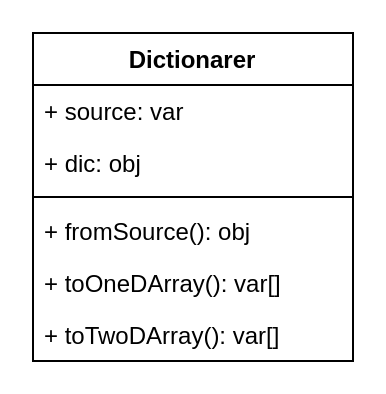
Above: page "Dictionarer" (5 of 10) of Master UML For VBA Class.drawio in Youjwxyz/VBA_Library (draw.io), before the change. Source tidied: cells renumbered, new cells numbered last; positions are measured from the earlier drawing's top-left corner, leaving out a move shared by most shapes. Both pictures are drawn from the tidied source at 200%, with x=0, y=0 at pixel (32, 32).
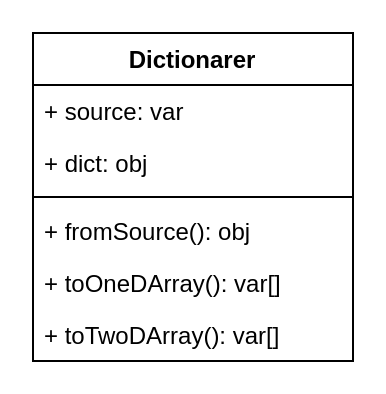
Above is the later version.

Diff of the diagram source:
```diff
@@
 <mxGraphModel>
   <root>
     <mxCell id="0" />
     <mxCell id="1" parent="0" />
     <mxCell id="2" value="Dictionarer" style="swimlane;fontStyle=1;align=center;verticalAlign=top;horizontal=1;startSize=26;" parent="1" vertex="1">
       <mxGeometry width="160" height="164" as="geometry" />
     </mxCell>
     <mxCell id="3" value="+ source: var" style="text;strokeColor=none;fillColor=none;align=left;verticalAlign=top;spacingLeft=4;spacingRight=4;overflow=hidden;" parent="2" vertex="1">
       <mxGeometry y="26" width="160" height="26" as="geometry" />
     </mxCell>
-    <mxCell id="4" value="+ dic: obj" style="text;strokeColor=none;fillColor=none;align=left;verticalAlign=top;spacingLeft=4;spacingRight=4;overflow=hidden;" parent="2" vertex="1">
+    <mxCell id="4" value="+ dict: obj" style="text;strokeColor=none;fillColor=none;align=left;verticalAlign=top;spacingLeft=4;spacingRight=4;overflow=hidden;" parent="2" vertex="1">
       <mxGeometry y="52" width="160" height="26" as="geometry" />
     </mxCell>
     <mxCell id="5" style="line;strokeWidth=1;fillColor=none;align=left;verticalAlign=middle;spacingTop=-1;spacingLeft=3;spacingRight=3;labelPosition=right;" parent="2" vertex="1">
       <mxGeometry y="78" width="160" height="8" as="geometry" />
     </mxCell>
     <mxCell id="6" value="+ fromSource(): obj" style="text;strokeColor=none;fillColor=none;align=left;verticalAlign=top;spacingLeft=4;spacingRight=4;overflow=hidden;" parent="2" vertex="1">
       <mxGeometry y="86" width="160" height="26" as="geometry" />
     </mxCell>
     <mxCell id="7" value="+ toOneDArray(): var[]" style="text;strokeColor=none;fillColor=none;align=left;verticalAlign=top;spacingLeft=4;spacingRight=4;overflow=hidden;" parent="2" vertex="1">
       <mxGeometry y="112" width="160" height="26" as="geometry" />
     </mxCell>
     <mxCell id="8" value="+ toTwoDArray(): var[]" style="text;strokeColor=none;fillColor=none;align=left;verticalAlign=top;spacingLeft=4;spacingRight=4;overflow=hidden;" parent="2" vertex="1">
       <mxGeometry y="138" width="160" height="26" as="geometry" />
     </mxCell>
   </root>
 </mxGraphModel>
```
